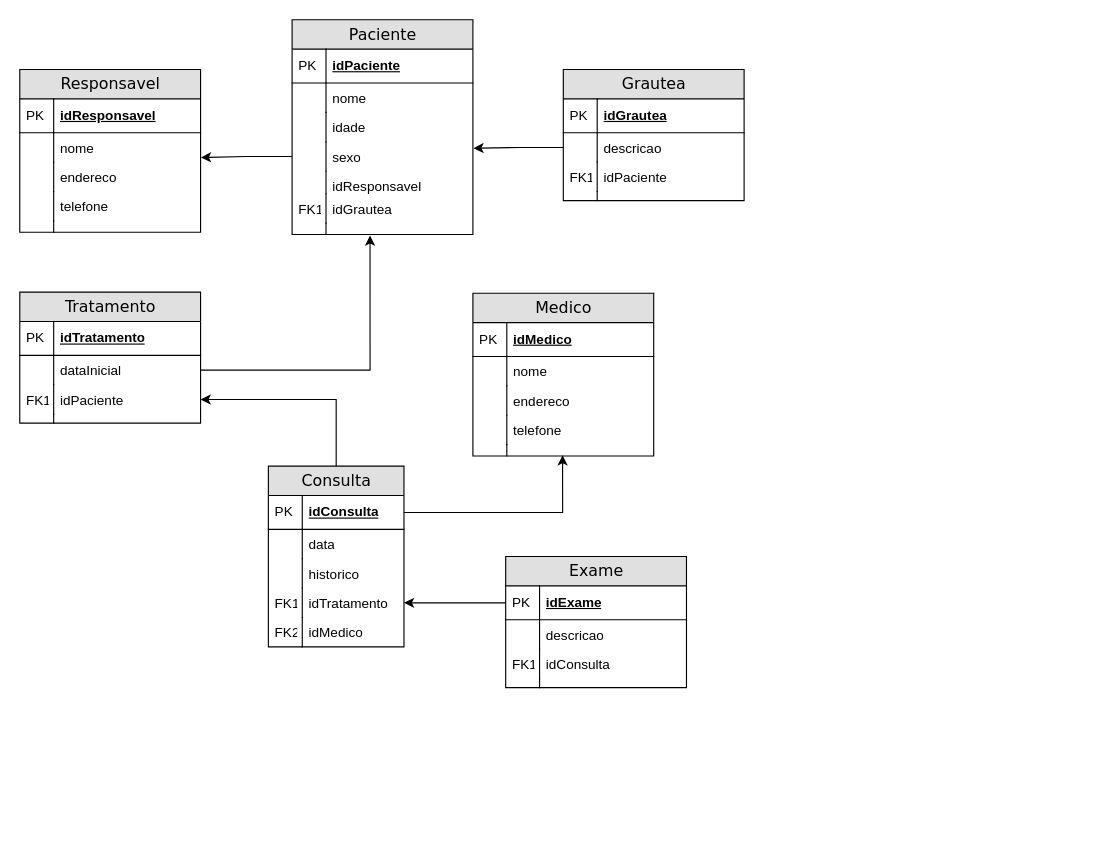
Before: Diagrama banco de dados ComuniCaut.drawio in andrematos79/andrematos79, a draw.io diagram. Source tidied: cells renumbered, new cells numbered last; positions are measured from the earlier drawing's top-left corner, leaving out a move shared by most shapes. Both pictures are drawn from the tidied source at 113%, with x=0, y=0 at pixel (19, 19).
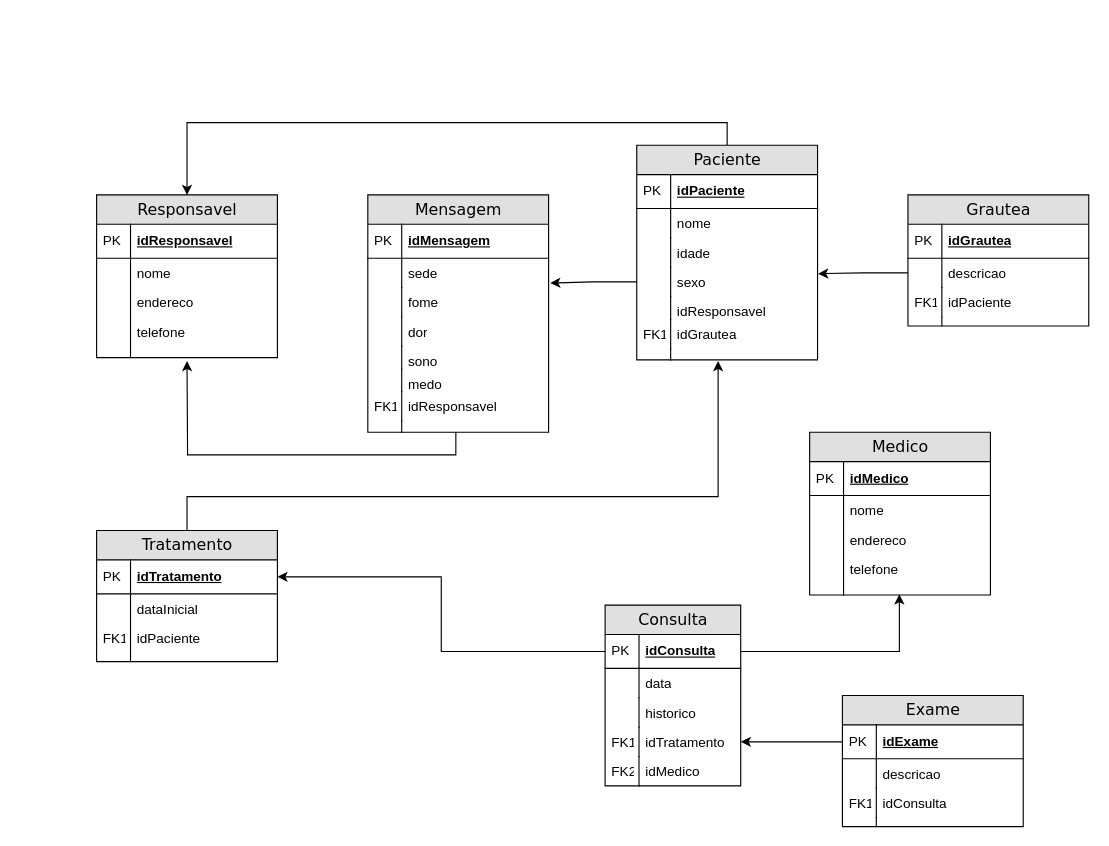
The same page after the edit.

The change refers to these unchanged cells:
```xml
<mxCell id="9" value="sexo" style="shape=partialRectangle;top=0;left=0;right=0;bottom=0;html=1;align=left;verticalAlign=top;fillColor=none;spacingLeft=34;spacingRight=4;whiteSpace=wrap;overflow=hidden;points=[[0,0.5],[1,0.5]];portConstraint=eastwest;" parent="2" vertex="1">
  <mxGeometry y="108" width="160" height="26" as="geometry" />
</mxCell>
<mxCell id="15" style="shape=partialRectangle;top=0;left=0;right=0;bottom=0;html=1;align=left;verticalAlign=top;fillColor=none;spacingLeft=34;spacingRight=4;whiteSpace=wrap;overflow=hidden;points=[[0,0.5],[1,0.5]];portConstraint=eastwest;" parent="2" vertex="1">
  <mxGeometry y="180" width="160" height="10" as="geometry" />
</mxCell>
<mxCell id="29" value="nome" style="shape=partialRectangle;top=0;left=0;right=0;bottom=0;html=1;align=left;verticalAlign=top;fillColor=none;spacingLeft=34;spacingRight=4;whiteSpace=wrap;overflow=hidden;points=[[0,0.5],[1,0.5]];portConstraint=eastwest;" parent="26" vertex="1">
  <mxGeometry y="56" width="160" height="26" as="geometry" />
</mxCell>
<mxCell id="40" value="idTratamento" style="shape=partialRectangle;top=0;left=0;right=0;bottom=1;html=1;align=left;verticalAlign=middle;fillColor=none;spacingLeft=34;spacingRight=4;whiteSpace=wrap;overflow=hidden;points=[[0,0.5],[1,0.5]];portConstraint=eastwest;fontStyle=5;" parent="39" vertex="1">
  <mxGeometry y="26" width="160" height="30" as="geometry" />
</mxCell>
<mxCell id="42" value="dataInicial" style="shape=partialRectangle;top=0;left=0;right=0;bottom=0;html=1;align=left;verticalAlign=top;fillColor=none;spacingLeft=34;spacingRight=4;whiteSpace=wrap;overflow=hidden;points=[[0,0.5],[1,0.5]];portConstraint=eastwest;" parent="39" vertex="1">
  <mxGeometry y="56" width="160" height="26" as="geometry" />
</mxCell>
<mxCell id="44" value="idPaciente" style="shape=partialRectangle;top=0;left=0;right=0;bottom=0;html=1;align=left;verticalAlign=top;fillColor=none;spacingLeft=34;spacingRight=4;whiteSpace=wrap;overflow=hidden;points=[[0,0.5],[1,0.5]];portConstraint=eastwest;" parent="39" vertex="1">
  <mxGeometry y="82" width="160" height="26" as="geometry" />
</mxCell>
<mxCell id="62" value="idConsulta" style="shape=partialRectangle;top=0;left=0;right=0;bottom=1;html=1;align=left;verticalAlign=middle;fillColor=none;spacingLeft=34;spacingRight=4;whiteSpace=wrap;overflow=hidden;points=[[0,0.5],[1,0.5]];portConstraint=eastwest;fontStyle=5;" parent="61" vertex="1">
  <mxGeometry y="26" width="120" height="30" as="geometry" />
</mxCell>
```

What changed in the source:
```diff
@@
+    <mxCell id="83" style="edgeStyle=orthogonalEdgeStyle;rounded=0;jettySize=auto;html=1;exitX=0.5;exitY=0;exitDx=0;exitDy=0;entryX=0.5;entryY=0;entryDx=0;entryDy=0;" parent="1" edge="1" source="2" target="26">
+      <mxGeometry relative="1" as="geometry" />
+    </mxCell>
     <mxCell id="2" value="Paciente" style="swimlane;html=1;fontStyle=0;horizontal=1;startSize=26;fillColor=#e0e0e0;swimlaneFillColor=#ffffff;align=center;rounded=0;shadow=0;comic=0;labelBackgroundColor=none;strokeWidth=1;fontFamily=Verdana;fontSize=14;" parent="1" vertex="1">
-      <mxGeometry x="241" width="160" height="190" as="geometry" />
+      <mxGeometry x="546" y="111" width="160" height="190" as="geometry" />
     </mxCell>
@@
     <mxCell id="17" value="Grautea" style="swimlane;html=1;fontStyle=0;horizontal=1;startSize=26;fillColor=#e0e0e0;swimlaneFillColor=#ffffff;align=center;rounded=0;shadow=0;comic=0;labelBackgroundColor=none;strokeWidth=1;fontFamily=Verdana;fontSize=14;" parent="1" vertex="1">
-      <mxGeometry x="481" y="44" width="160" height="116" as="geometry" />
+      <mxGeometry x="786" y="155" width="160" height="116" as="geometry" />
     </mxCell>
@@
     <mxCell id="26" value="Responsavel" style="swimlane;html=1;fontStyle=0;horizontal=1;startSize=26;fillColor=#e0e0e0;swimlaneFillColor=#ffffff;align=center;rounded=0;shadow=0;comic=0;labelBackgroundColor=none;strokeWidth=1;fontFamily=Verdana;fontSize=14;" parent="1" vertex="1">
-      <mxGeometry y="44" width="160" height="144" as="geometry" />
+      <mxGeometry x="68" y="155" width="160" height="144" as="geometry" />
     </mxCell>
@@
-    <mxCell id="37" style="edgeStyle=orthogonalEdgeStyle;rounded=0;jettySize=auto;html=1;exitX=0;exitY=0.5;exitDx=0;exitDy=0;entryX=1.002;entryY=0.844;entryDx=0;entryDy=0;entryPerimeter=0;" parent="1" edge="1" source="9" target="29">
-      <mxGeometry relative="1" as="geometry" />
-    </mxCell>
@@
+    <mxCell id="84" style="edgeStyle=orthogonalEdgeStyle;rounded=0;jettySize=auto;html=1;exitX=0.5;exitY=0;exitDx=0;exitDy=0;entryX=0.45;entryY=1.1;entryDx=0;entryDy=0;entryPerimeter=0;" parent="1" edge="1" source="39" target="15">
+      <mxGeometry relative="1" as="geometry">
+        <Array as="points">
+          <mxPoint x="148" y="422" />
+          <mxPoint x="618" y="422" />
+        </Array>
+      </mxGeometry>
+    </mxCell>
     <mxCell id="39" value="Tratamento" style="swimlane;html=1;fontStyle=0;horizontal=1;startSize=26;fillColor=#e0e0e0;swimlaneFillColor=#ffffff;align=center;rounded=0;shadow=0;comic=0;labelBackgroundColor=none;strokeWidth=1;fontFamily=Verdana;fontSize=14;" parent="1" vertex="1">
-      <mxGeometry y="241" width="160" height="116" as="geometry" />
+      <mxGeometry x="68" y="452" width="160" height="116" as="geometry" />
     </mxCell>
@@
     <mxCell id="48" value="Medico" style="swimlane;html=1;fontStyle=0;horizontal=1;startSize=26;fillColor=#e0e0e0;swimlaneFillColor=#ffffff;align=center;rounded=0;shadow=0;comic=0;labelBackgroundColor=none;strokeWidth=1;fontFamily=Verdana;fontSize=14;" parent="1" vertex="1">
-      <mxGeometry x="401" y="242" width="160" height="144" as="geometry" />
+      <mxGeometry x="699" y="365" width="160" height="144" as="geometry" />
     </mxCell>
@@
-    <mxCell id="59" style="edgeStyle=orthogonalEdgeStyle;rounded=0;jettySize=auto;html=1;exitX=1;exitY=0.5;exitDx=0;exitDy=0;entryX=0.431;entryY=1.1;entryDx=0;entryDy=0;entryPerimeter=0;" parent="1" edge="1" source="42" target="15">
-      <mxGeometry relative="1" as="geometry" />
-    </mxCell>
-    <mxCell id="60" style="edgeStyle=orthogonalEdgeStyle;rounded=0;jettySize=auto;html=1;exitX=0.5;exitY=0;exitDx=0;exitDy=0;entryX=1;entryY=0.5;entryDx=0;entryDy=0;" parent="1" edge="1" source="61" target="44">
-      <mxGeometry relative="1" as="geometry" />
-    </mxCell>
     <mxCell id="61" value="Consulta" style="swimlane;html=1;fontStyle=0;horizontal=1;startSize=26;fillColor=#e0e0e0;swimlaneFillColor=#ffffff;align=center;rounded=0;shadow=0;comic=0;labelBackgroundColor=none;strokeWidth=1;fontFamily=Verdana;fontSize=14;" parent="1" vertex="1">
-      <mxGeometry x="220" y="395" width="120" height="160" as="geometry" />
+      <mxGeometry x="518" y="518" width="120" height="160" as="geometry" />
     </mxCell>
@@
     <mxCell id="73" value="Exame" style="swimlane;html=1;fontStyle=0;horizontal=1;startSize=26;fillColor=#e0e0e0;swimlaneFillColor=#ffffff;align=center;rounded=0;shadow=0;comic=0;labelBackgroundColor=none;strokeWidth=1;fontFamily=Verdana;fontSize=14;" parent="1" vertex="1">
-      <mxGeometry x="430" y="475" width="160" height="116" as="geometry" />
+      <mxGeometry x="728" y="598" width="160" height="116" as="geometry" />
     </mxCell>
@@
+    <mxCell id="85" value="Mensagem" style="swimlane;html=1;fontStyle=0;horizontal=1;startSize=26;fillColor=#e0e0e0;swimlaneFillColor=#ffffff;align=center;rounded=0;shadow=0;comic=0;labelBackgroundColor=none;strokeWidth=1;fontFamily=Verdana;fontSize=14;" parent="1" vertex="1">
+      <mxGeometry x="308" y="155" width="160" height="210" as="geometry" />
+    </mxCell>
+    <mxCell id="86" value="idMensagem" style="shape=partialRectangle;top=0;left=0;right=0;bottom=1;html=1;align=left;verticalAlign=middle;fillColor=none;spacingLeft=34;spacingRight=4;whiteSpace=wrap;overflow=hidden;fontStyle=5;" parent="85" vertex="1">
+      <mxGeometry y="26" width="160" height="30" as="geometry" />
+    </mxCell>
+    <mxCell id="87" value="PK" style="shape=partialRectangle;top=0;left=0;bottom=0;html=1;fillColor=none;align=left;verticalAlign=middle;spacingLeft=4;spacingRight=4;whiteSpace=wrap;overflow=hidden;" parent="86" vertex="1">
+      <mxGeometry width="30" height="30" as="geometry" />
+    </mxCell>
+    <mxCell id="88" value="sede" style="shape=partialRectangle;top=0;left=0;right=0;bottom=0;html=1;align=left;verticalAlign=top;fillColor=none;spacingLeft=34;spacingRight=4;whiteSpace=wrap;overflow=hidden;" parent="85" vertex="1">
+      <mxGeometry y="56" width="160" height="26" as="geometry" />
+    </mxCell>
+    <mxCell id="89" style="shape=partialRectangle;top=0;left=0;bottom=0;html=1;fillColor=none;align=left;verticalAlign=top;spacingLeft=4;spacingRight=4;whiteSpace=wrap;overflow=hidden;" parent="88" vertex="1">
+      <mxGeometry width="30" height="26" as="geometry" />
+    </mxCell>
+    <mxCell id="90" value="fome" style="shape=partialRectangle;top=0;left=0;right=0;bottom=0;html=1;align=left;verticalAlign=top;fillColor=none;spacingLeft=34;spacingRight=4;whiteSpace=wrap;overflow=hidden;points=[[0,0.5],[1,0.5]];portConstraint=eastwest;" parent="85" vertex="1">
+      <mxGeometry y="82" width="160" height="26" as="geometry" />
+    </mxCell>
+    <mxCell id="91" style="shape=partialRectangle;top=0;left=0;bottom=0;html=1;fillColor=none;align=left;verticalAlign=top;spacingLeft=4;spacingRight=4;whiteSpace=wrap;overflow=hidden;" parent="90" vertex="1">
+      <mxGeometry width="30" height="26" as="geometry" />
+    </mxCell>
+    <mxCell id="92" value="dor" style="shape=partialRectangle;top=0;left=0;right=0;bottom=0;html=1;align=left;verticalAlign=top;fillColor=none;spacingLeft=34;spacingRight=4;whiteSpace=wrap;overflow=hidden;" parent="85" vertex="1">
+      <mxGeometry y="108" width="160" height="26" as="geometry" />
+    </mxCell>
+    <mxCell id="93" style="shape=partialRectangle;top=0;left=0;bottom=0;html=1;fillColor=none;align=left;verticalAlign=top;spacingLeft=4;spacingRight=4;whiteSpace=wrap;overflow=hidden;" parent="92" vertex="1">
+      <mxGeometry width="30" height="26" as="geometry" />
+    </mxCell>
+    <mxCell id="94" value="sono" style="shape=partialRectangle;top=0;left=0;right=0;bottom=0;html=1;align=left;verticalAlign=top;fillColor=none;spacingLeft=34;spacingRight=4;whiteSpace=wrap;overflow=hidden;" parent="85" vertex="1">
+      <mxGeometry y="134" width="160" height="20" as="geometry" />
+    </mxCell>
+    <mxCell id="95" style="shape=partialRectangle;top=0;left=0;bottom=0;html=1;fillColor=none;align=left;verticalAlign=top;spacingLeft=4;spacingRight=4;whiteSpace=wrap;overflow=hidden;" parent="94" vertex="1">
+      <mxGeometry width="30" height="20" as="geometry" />
+    </mxCell>
+    <mxCell id="96" value="medo" style="shape=partialRectangle;top=0;left=0;right=0;bottom=0;html=1;align=left;verticalAlign=top;fillColor=none;spacingLeft=34;spacingRight=4;whiteSpace=wrap;overflow=hidden;" parent="85" vertex="1">
+      <mxGeometry y="154" width="160" height="20" as="geometry" />
+    </mxCell>
+    <mxCell id="97" style="shape=partialRectangle;top=0;left=0;bottom=0;html=1;fillColor=none;align=left;verticalAlign=top;spacingLeft=4;spacingRight=4;whiteSpace=wrap;overflow=hidden;" parent="96" vertex="1">
+      <mxGeometry width="30" height="20" as="geometry" />
+    </mxCell>
+    <mxCell id="98" value="idResponsavel" style="shape=partialRectangle;top=0;left=0;right=0;bottom=0;html=1;align=left;verticalAlign=top;fillColor=none;spacingLeft=34;spacingRight=4;whiteSpace=wrap;overflow=hidden;" parent="85" vertex="1">
+      <mxGeometry y="174" width="160" height="26" as="geometry" />
+    </mxCell>
+    <mxCell id="99" value="FK1" style="shape=partialRectangle;top=0;left=0;bottom=0;html=1;fillColor=none;align=left;verticalAlign=top;spacingLeft=4;spacingRight=4;whiteSpace=wrap;overflow=hidden;" parent="98" vertex="1">
+      <mxGeometry width="30" height="26" as="geometry" />
+    </mxCell>
+    <mxCell id="100" style="shape=partialRectangle;top=0;left=0;right=0;bottom=0;html=1;align=left;verticalAlign=top;fillColor=none;spacingLeft=34;spacingRight=4;whiteSpace=wrap;overflow=hidden;points=[[0,0.5],[1,0.5]];portConstraint=eastwest;" parent="85" vertex="1">
+      <mxGeometry y="200" width="160" height="10" as="geometry" />
+    </mxCell>
+    <mxCell id="101" style="shape=partialRectangle;top=0;left=0;bottom=0;html=1;fillColor=none;align=left;verticalAlign=top;spacingLeft=4;spacingRight=4;whiteSpace=wrap;overflow=hidden;" parent="100" vertex="1">
+      <mxGeometry width="30" height="10" as="geometry" />
+    </mxCell>
+    <mxCell id="102" style="edgeStyle=orthogonalEdgeStyle;rounded=0;jettySize=auto;html=1;exitX=0;exitY=0.5;exitDx=0;exitDy=0;" parent="1" edge="1" source="62" target="40">
+      <mxGeometry relative="1" as="geometry" />
+    </mxCell>
+    <mxCell id="103" style="edgeStyle=orthogonalEdgeStyle;rounded=0;jettySize=auto;html=1;entryX=1.009;entryY=-0.156;entryDx=0;entryDy=0;entryPerimeter=0;" parent="1" edge="1" source="9" target="90">
+      <mxGeometry relative="1" as="geometry" />
+    </mxCell>
+    <mxCell id="104" style="edgeStyle=orthogonalEdgeStyle;rounded=0;jettySize=auto;html=1;exitX=0.487;exitY=0.971;exitDx=0;exitDy=0;exitPerimeter=0;" parent="1" edge="1" source="100">
+      <mxGeometry relative="1" as="geometry">
+        <mxPoint x="148" y="302" as="targetPoint" />
+      </mxGeometry>
+    </mxCell>
```
